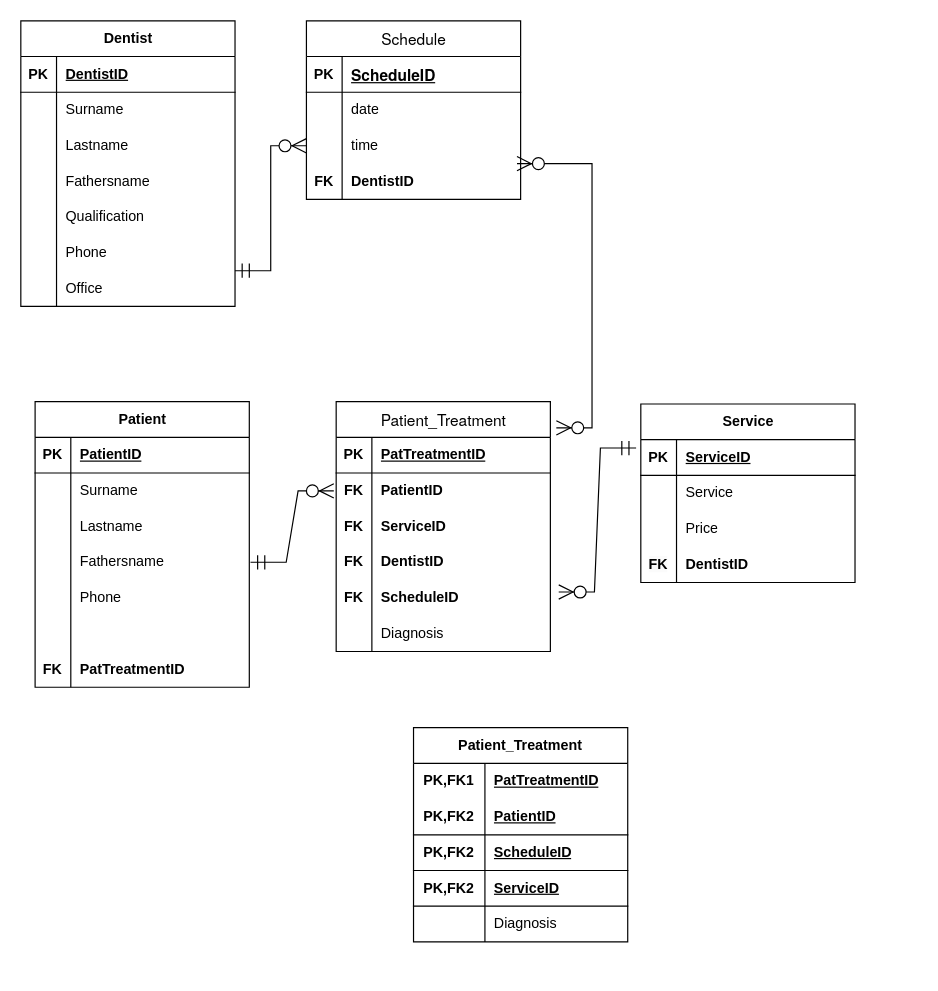
tea302/my_prj keeps this draw.io diagram as Диаграмма без названия.drawio. Above is the earlier version. Source tidied: cells renumbered, new cells numbered last; positions are measured from the earlier drawing's top-left corner, leaving out a move shared by most shapes. Both pictures are drawn from the tidied source at 119%, with x=0, y=0 at pixel (20, 20).
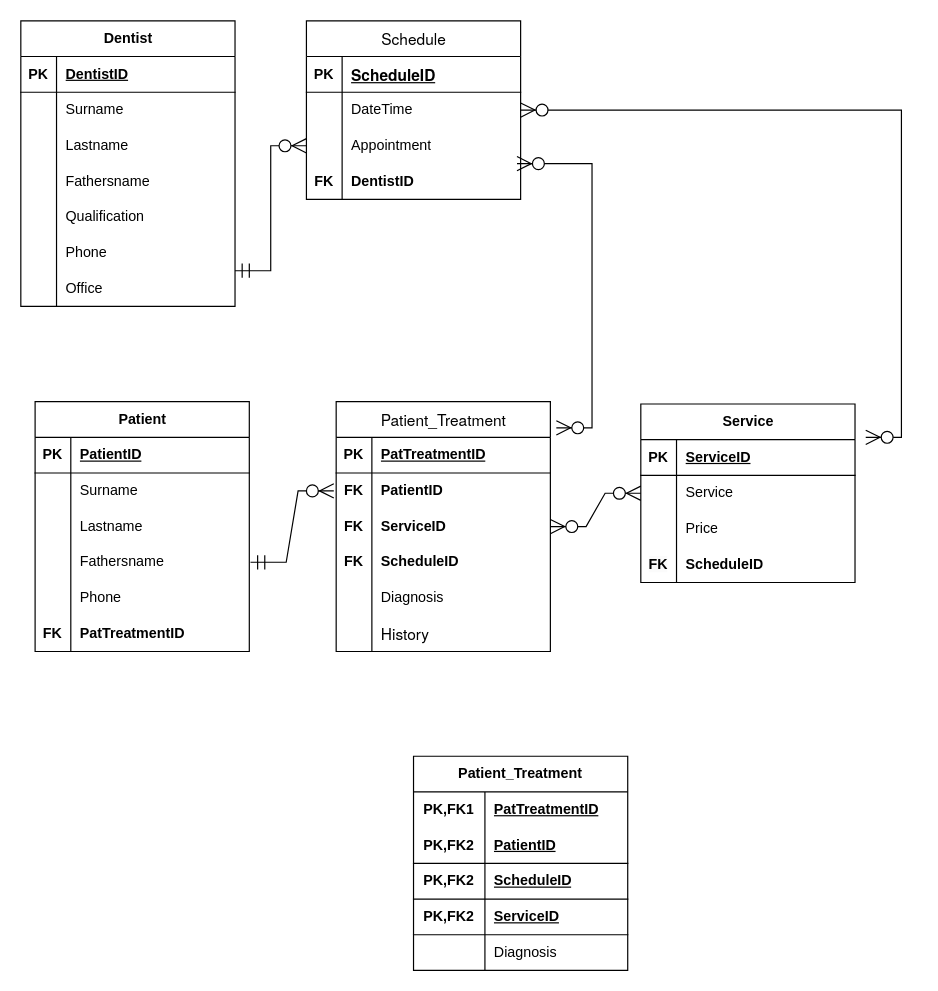
The same diagram, later.

The change refers to these unchanged cells:
```xml
<mxCell id="46" value="&lt;p style=&quot;margin: 0px; font-weight: normal; font-stretch: normal; font-size: 13px; line-height: normal; font-family: &amp;quot;Helvetica Neue&amp;quot;;&quot;&gt;Schedule&lt;/p&gt;" style="shape=table;startSize=30;childLayout=tableLayout;rowLines=0;fontStyle=1;align=center;html=1;" parent="1" vertex="1">
  <mxGeometry x="240" width="180" height="150" as="geometry" />
</mxCell>
<mxCell id="50" style="shape=tableRow;horizontal=0;startSize=0;swimlaneHead=0;swimlaneBody=0;fillColor=none;top=0;left=0;right=0;bottom=0;" parent="46" vertex="1">
  <mxGeometry y="60" width="180" height="30" as="geometry" />
</mxCell>
<mxCell id="53" style="shape=tableRow;horizontal=0;startSize=0;swimlaneHead=0;swimlaneBody=0;fillColor=none;points=[[0,0.5],[1,0.5]];portConstraint=eastwest;top=0;left=0;right=0;bottom=0;" parent="46" vertex="1">
  <mxGeometry y="90" width="180" height="30" as="geometry" />
</mxCell>
<mxCell id="59" value="&lt;p style=&quot;margin: 0px; font-weight: normal; font-stretch: normal; font-size: 13px; line-height: normal; font-family: &amp;quot;Helvetica Neue&amp;quot;;&quot;&gt;Patient_Treatment&lt;/p&gt;" style="shape=table;startSize=30;childLayout=tableLayout;rowLines=0;fontStyle=1;align=center;html=1;" parent="1" vertex="1">
  <mxGeometry x="265" y="320" width="180" height="210" as="geometry" />
</mxCell>
<mxCell id="66" style="shape=tableRow;horizontal=0;startSize=0;swimlaneHead=0;swimlaneBody=0;fillColor=none;points=[[0,0.5],[1,0.5]];portConstraint=eastwest;top=0;left=0;right=0;bottom=0;" parent="59" vertex="1">
  <mxGeometry y="90" width="180" height="30" as="geometry" />
</mxCell>
<mxCell id="98" style="shape=tableRow;horizontal=0;startSize=0;swimlaneHead=0;swimlaneBody=0;fillColor=none;points=[[0,0.5],[1,0.5]];portConstraint=eastwest;top=0;left=0;right=0;bottom=1;" parent="97" vertex="1">
  <mxGeometry y="30" width="180" height="30" as="geometry" />
</mxCell>
<mxCell id="101" style="shape=tableRow;horizontal=0;startSize=0;swimlaneHead=0;swimlaneBody=0;fillColor=none;points=[[0,0.5],[1,0.5]];portConstraint=eastwest;top=0;left=0;right=0;bottom=0;" parent="97" vertex="1">
  <mxGeometry y="60" width="180" height="30" as="geometry" />
</mxCell>
<mxCell id="107" style="shape=tableRow;horizontal=0;startSize=0;swimlaneHead=0;swimlaneBody=0;fillColor=none;top=0;left=0;right=0;bottom=0;" parent="97" vertex="1">
  <mxGeometry y="120" width="180" height="30" as="geometry" />
</mxCell>
```

Change to the diagram source:
```diff
@@
     <mxCell id="24" value="Patient" style="shape=table;startSize=30;childLayout=tableLayout;rowLines=0;fontStyle=1;align=center;html=1;" parent="1" vertex="1">
-      <mxGeometry x="12" y="320" width="180" height="240" as="geometry" />
+      <mxGeometry x="12" y="320" width="180" height="210" as="geometry" />
     </mxCell>
@@
-    <mxCell id="40" style="shape=tableRow;horizontal=0;startSize=0;swimlaneHead=0;swimlaneBody=0;fillColor=none;top=0;left=0;right=0;bottom=0;" parent="24" vertex="1">
-      <mxGeometry y="180" width="180" height="30" as="geometry" />
-    </mxCell>
-    <mxCell id="41" style="shape=partialRectangle;fillColor=none;top=0;left=0;bottom=0;right=0;overflow=hidden;whiteSpace=wrap;html=1;fontStyle=1;" parent="40" vertex="1">
-      <mxGeometry width="30" height="30" as="geometry" />
-    </mxCell>
-    <mxCell id="42" style="shape=partialRectangle;fillColor=none;top=0;left=0;bottom=0;right=0;align=left;spacingLeft=6;overflow=hidden;whiteSpace=wrap;html=1;fontStyle=0;" parent="40" vertex="1">
-      <mxGeometry x="30" width="150" height="30" as="geometry" />
-    </mxCell>
     <mxCell id="43" style="shape=tableRow;horizontal=0;startSize=0;swimlaneHead=0;swimlaneBody=0;fillColor=none;top=0;left=0;right=0;bottom=0;" parent="24" vertex="1">
-      <mxGeometry y="210" width="180" height="30" as="geometry" />
+      <mxGeometry y="180" width="180" height="30" as="geometry" />
     </mxCell>
@@
-    <mxCell id="52" value="date" style="shape=partialRectangle;fillColor=none;top=0;left=0;bottom=0;right=0;align=left;spacingLeft=6;overflow=hidden;whiteSpace=wrap;html=1;" parent="50" vertex="1">
+    <mxCell id="52" value="DateTime" style="shape=partialRectangle;fillColor=none;top=0;left=0;bottom=0;right=0;align=left;spacingLeft=6;overflow=hidden;whiteSpace=wrap;html=1;" parent="50" vertex="1">
       <mxGeometry x="30" width="150" height="30" as="geometry" />
     </mxCell>
@@
-    <mxCell id="55" value="time" style="shape=partialRectangle;fillColor=none;top=0;left=0;bottom=0;right=0;align=left;spacingLeft=6;overflow=hidden;whiteSpace=wrap;html=1;" parent="53" vertex="1">
+    <mxCell id="55" value="Appointment" style="shape=partialRectangle;fillColor=none;top=0;left=0;bottom=0;right=0;align=left;spacingLeft=6;overflow=hidden;whiteSpace=wrap;html=1;" parent="53" vertex="1">
       <mxGeometry x="30" width="150" height="30" as="geometry" />
     </mxCell>
@@
-    <mxCell id="69" style="shape=tableRow;horizontal=0;startSize=0;swimlaneHead=0;swimlaneBody=0;fillColor=none;top=0;left=0;right=0;bottom=0;" parent="59" vertex="1">
-      <mxGeometry y="120" width="180" height="30" as="geometry" />
-    </mxCell>
-    <mxCell id="70" value="FK" style="shape=partialRectangle;fillColor=none;top=0;left=0;bottom=0;right=0;overflow=hidden;whiteSpace=wrap;html=1;fontStyle=1;" parent="69" vertex="1">
-      <mxGeometry width="30" height="30" as="geometry" />
-    </mxCell>
-    <mxCell id="71" value="DentistID" style="shape=partialRectangle;fillColor=none;top=0;left=0;bottom=0;right=0;align=left;spacingLeft=6;overflow=hidden;whiteSpace=wrap;html=1;fontStyle=1;" parent="69" vertex="1">
-      <mxGeometry x="30" width="150" height="30" as="geometry" />
-    </mxCell>
     <mxCell id="72" style="shape=tableRow;horizontal=0;startSize=0;swimlaneHead=0;swimlaneBody=0;fillColor=none;points=[[0,0.5],[1,0.5]];portConstraint=eastwest;top=0;left=0;right=0;bottom=0;" parent="59" vertex="1">
-      <mxGeometry y="150" width="180" height="30" as="geometry" />
+      <mxGeometry y="120" width="180" height="30" as="geometry" />
     </mxCell>
@@
     <mxCell id="75" style="shape=tableRow;horizontal=0;startSize=0;swimlaneHead=0;swimlaneBody=0;fillColor=none;top=0;left=0;right=0;bottom=0;" parent="59" vertex="1">
-      <mxGeometry y="180" width="180" height="30" as="geometry" />
+      <mxGeometry y="150" width="180" height="30" as="geometry" />
     </mxCell>
@@
+    <mxCell id="40" style="shape=tableRow;horizontal=0;startSize=0;swimlaneHead=0;swimlaneBody=0;fillColor=none;top=0;left=0;right=0;bottom=0;" parent="59" vertex="1">
+      <mxGeometry y="180" width="180" height="30" as="geometry" />
+    </mxCell>
+    <mxCell id="41" style="shape=partialRectangle;fillColor=none;top=0;left=0;bottom=0;right=0;overflow=hidden;whiteSpace=wrap;html=1;fontStyle=1;" parent="40" vertex="1">
+      <mxGeometry width="30" height="30" as="geometry" />
+    </mxCell>
+    <mxCell id="111" value="&lt;p style=&quot;margin: 0px; font-stretch: normal; font-size: 13px; line-height: normal; font-family: &amp;quot;Helvetica Neue&amp;quot;;&quot;&gt;History&lt;/p&gt;" style="shape=partialRectangle;fillColor=none;top=0;left=0;bottom=0;right=0;align=left;spacingLeft=6;overflow=hidden;whiteSpace=wrap;html=1;fontStyle=0;" parent="40" vertex="1">
+      <mxGeometry x="30" width="150" height="30" as="geometry" />
+    </mxCell>
     <mxCell id="78" value="Patient_Treatment" style="shape=table;startSize=30;childLayout=tableLayout;rowLines=0;fontStyle=1;align=center;html=1;whiteSpace=wrap;" parent="1" vertex="1">
-      <mxGeometry x="330" y="594" width="180" height="180" as="geometry" />
+      <mxGeometry x="330" y="618" width="180" height="180" as="geometry" />
     </mxCell>
@@
-    <mxCell id="95" style="edgeStyle=entityRelationEdgeStyle;fontSize=12;html=1;endArrow=ERzeroToMany;startArrow=ERmandOne;rounded=0;endSize=10;startSize=10;exitX=-0.022;exitY=0.233;exitDx=0;exitDy=0;entryX=1.039;entryY=0.333;entryDx=0;entryDy=0;entryPerimeter=0;exitPerimeter=0;" parent="1" edge="1" source="98" target="72">
-      <mxGeometry relative="1" as="geometry">
-        <Array as="points">
-          <mxPoint x="260" y="265" />
-          <mxPoint x="610" y="340" />
-          <mxPoint x="550" y="340" />
-          <mxPoint x="520" y="340" />
-          <mxPoint x="500" y="220" />
-          <mxPoint x="420" y="260" />
-        </Array>
-      </mxGeometry>
-    </mxCell>
@@
-    <mxCell id="109" value="&lt;b&gt;DentistID&lt;/b&gt;" style="shape=partialRectangle;fillColor=none;top=0;left=0;bottom=0;right=0;align=left;spacingLeft=6;overflow=hidden;whiteSpace=wrap;html=1;" parent="107" vertex="1">
+    <mxCell id="109" value="ScheduleID" style="shape=partialRectangle;fillColor=none;top=0;left=0;bottom=0;right=0;align=left;spacingLeft=6;overflow=hidden;whiteSpace=wrap;html=1;fontStyle=1;" parent="107" vertex="1">
       <mxGeometry x="30" width="150" height="30" as="geometry" />
     </mxCell>
@@
+    <mxCell id="112" style="edgeStyle=entityRelationEdgeStyle;fontSize=12;html=1;endArrow=ERzeroToMany;endFill=1;startArrow=ERzeroToMany;rounded=0;endSize=10;startSize=10;" parent="1" edge="1" target="46">
+      <mxGeometry relative="1" as="geometry">
+        <mxPoint x="710" y="350" as="sourcePoint" />
+        <Array as="points">
+          <mxPoint x="603" y="210" />
+          <mxPoint x="540" y="170" />
+          <mxPoint x="613" y="240" />
+          <mxPoint x="632" y="140" />
+          <mxPoint x="623" y="140" />
+          <mxPoint x="613" y="130" />
+          <mxPoint x="613" y="140" />
+        </Array>
+      </mxGeometry>
+    </mxCell>
+    <mxCell id="113" style="edgeStyle=entityRelationEdgeStyle;fontSize=12;html=1;endArrow=ERzeroToMany;endFill=1;startArrow=ERzeroToMany;rounded=0;endSize=10;startSize=10;entryX=1;entryY=0.5;entryDx=0;entryDy=0;exitX=0;exitY=0.5;exitDx=0;exitDy=0;" parent="1" edge="1" source="101" target="66">
+      <mxGeometry relative="1" as="geometry">
+        <Array as="points">
+          <mxPoint x="527" y="520" />
+          <mxPoint x="487" y="520" />
+          <mxPoint x="427" y="400" />
+          <mxPoint x="507" y="530" />
+          <mxPoint x="520" y="590" />
+          <mxPoint x="530" y="620" />
+          <mxPoint x="487" y="540" />
+          <mxPoint x="487" y="520" />
+          <mxPoint x="457" y="520" />
+          <mxPoint x="660" y="510" />
+          <mxPoint x="549" y="520" />
+          <mxPoint x="540" y="520" />
+          <mxPoint x="530" y="510" />
+          <mxPoint x="530" y="520" />
+        </Array>
+      </mxGeometry>
+    </mxCell>
```
